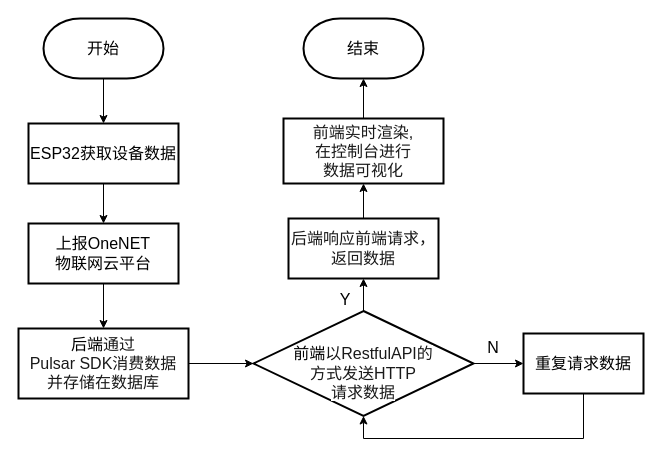
Above: 数据可视化.drawio in zhangruyi3906/img (draw.io), before the change. Source tidied: cells renumbered, new cells numbered last; positions are measured from the earlier drawing's top-left corner, leaving out a move shared by most shapes. Both pictures are drawn from the tidied source at 100%, with x=0, y=0 at pixel (18, 18).
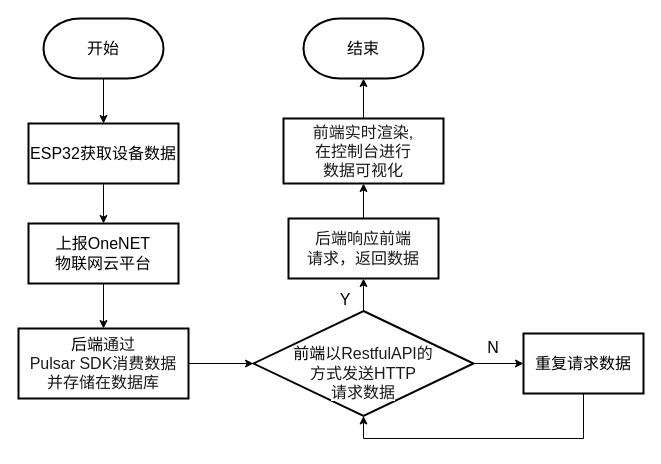
The same page after the edit.

Commit message (it also covers changes not shown here):
更新数据可视化.drawio

Diff of the diagram source:
```diff
@@
-    <mxCell id="15" value="&lt;span style=&quot;color: rgba(0, 0, 0, 0.9); text-align: left; white-space-collapse: preserve; background-color: rgb(255, 255, 255);&quot;&gt;&lt;font face=&quot;Helvetica&quot; style=&quot;font-size: 16px;&quot;&gt;后端响应前端请求，返回数据&lt;/font&gt;&lt;/span&gt;" style="whiteSpace=wrap;html=1;strokeWidth=2;labelBackgroundColor=none;" parent="1" vertex="1">
+    <mxCell id="15" value="&lt;span style=&quot;color: rgba(0, 0, 0, 0.9); text-align: left; white-space-collapse: preserve; background-color: rgb(255, 255, 255);&quot;&gt;&lt;font face=&quot;Helvetica&quot; style=&quot;font-size: 16px;&quot;&gt;后端响应前端&lt;/font&gt;&lt;/span&gt;&lt;div&gt;&lt;span style=&quot;color: rgba(0, 0, 0, 0.9); text-align: left; white-space-collapse: preserve; background-color: rgb(255, 255, 255);&quot;&gt;&lt;font face=&quot;Helvetica&quot; style=&quot;font-size: 16px;&quot;&gt;请求，返回数据&lt;/font&gt;&lt;/span&gt;&lt;/div&gt;" style="whiteSpace=wrap;html=1;strokeWidth=2;labelBackgroundColor=none;" parent="1" vertex="1">
       <mxGeometry x="270" y="200" width="150" height="60" as="geometry" />
     </mxCell>
```
